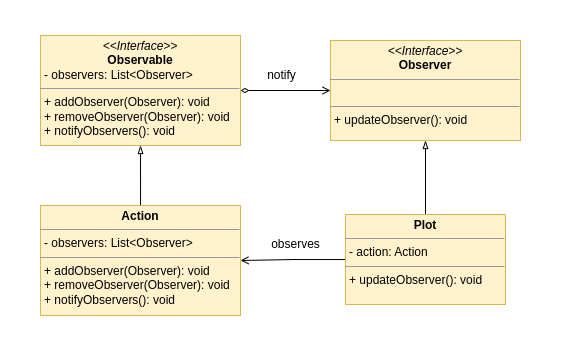
The draw.io diagram out/production/design_patterns/observer/observer.png in gpetraroli/design_patterns, before a commit. Source tidied: cells renumbered, new cells last; positions are measured from the earlier drawing's top-left corner, leaving out a move shared by most shapes. Its diagram source:
```xml
<mxGraphModel>
  <root>
    <mxCell id="0" />
    <mxCell id="1" parent="0" />
    <mxCell id="2" style="rounded=0;whiteSpace=wrap;html=1;strokeColor=none;" parent="1" vertex="1">
      <mxGeometry width="560" height="360" as="geometry" />
    </mxCell>
    <mxCell id="3" value="&lt;p style=&quot;margin:0px;margin-top:4px;text-align:center;&quot;&gt;&lt;i&gt;&amp;lt;&amp;lt;Interface&amp;gt;&amp;gt;&lt;/i&gt;&lt;br&gt;&lt;b&gt;Observer&lt;/b&gt;&lt;/p&gt;&lt;hr size=&quot;1&quot;&gt;&lt;p style=&quot;margin:0px;margin-left:4px;&quot;&gt;&lt;br&gt;&lt;/p&gt;&lt;hr size=&quot;1&quot;&gt;&lt;p style=&quot;margin:0px;margin-left:4px;&quot;&gt;+ updateObserver(): void&lt;/p&gt;" style="verticalAlign=top;align=left;overflow=fill;fontSize=12;fontFamily=Helvetica;html=1;whiteSpace=wrap;fillColor=#fff2cc;strokeColor=#d6b656;" parent="1" vertex="1">
      <mxGeometry x="330" y="40" width="190" height="100" as="geometry" />
    </mxCell>
    <mxCell id="4" style="edgeStyle=orthogonalEdgeStyle;rounded=0;jettySize=auto;html=1;entryX=0;entryY=0.5;entryDx=0;entryDy=0;endArrow=open;endFill=0;startArrow=diamondThin;startFill=0;" parent="1" edge="1" source="5" target="3">
      <mxGeometry relative="1" as="geometry" />
    </mxCell>
    <mxCell id="5" value="&lt;p style=&quot;margin:0px;margin-top:4px;text-align:center;&quot;&gt;&lt;i&gt;&amp;lt;&amp;lt;Interface&amp;gt;&amp;gt;&lt;/i&gt;&lt;br&gt;&lt;b&gt;Observable&lt;/b&gt;&lt;/p&gt;&lt;p style=&quot;margin:0px;margin-left:4px;&quot;&gt;- observers: List&amp;lt;Observer&amp;gt;&lt;br&gt;&lt;/p&gt;&lt;hr size=&quot;1&quot;&gt;&lt;p style=&quot;margin:0px;margin-left:4px;&quot;&gt;+ addObserver(Observer): void&lt;br&gt;+ removeObserver(Observer): void&lt;/p&gt;&lt;p style=&quot;margin:0px;margin-left:4px;&quot;&gt;+ notifyObservers(): void&lt;/p&gt;" style="verticalAlign=top;align=left;overflow=fill;fontSize=12;fontFamily=Helvetica;html=1;whiteSpace=wrap;fillColor=#fff2cc;strokeColor=#d6b656;" parent="1" vertex="1">
      <mxGeometry x="40" y="35" width="200" height="110" as="geometry" />
    </mxCell>
    <mxCell id="6" style="edgeStyle=orthogonalEdgeStyle;rounded=0;jettySize=auto;html=1;endArrow=blockThin;endFill=0;entryX=0.5;entryY=1;entryDx=0;entryDy=0;" parent="1" edge="1" source="8" target="3">
      <mxGeometry relative="1" as="geometry" />
    </mxCell>
    <mxCell id="7" style="edgeStyle=orthogonalEdgeStyle;rounded=0;jettySize=auto;html=1;entryX=1;entryY=0.5;entryDx=0;entryDy=0;endArrow=open;endFill=0;" parent="1" edge="1" source="8" target="10">
      <mxGeometry relative="1" as="geometry" />
    </mxCell>
    <mxCell id="8" value="&lt;p style=&quot;margin:0px;margin-top:4px;text-align:center;&quot;&gt;&lt;b&gt;Plot&lt;/b&gt;&lt;/p&gt;&lt;hr size=&quot;1&quot;&gt;&lt;p style=&quot;margin:0px;margin-left:4px;&quot;&gt;- action: Action&lt;/p&gt;&lt;hr size=&quot;1&quot;&gt;&lt;p style=&quot;margin:0px;margin-left:4px;&quot;&gt;+ updateObserver(): void&lt;/p&gt;" style="verticalAlign=top;align=left;overflow=fill;fontSize=12;fontFamily=Helvetica;html=1;whiteSpace=wrap;fillColor=#fff2cc;strokeColor=#d6b656;" parent="1" vertex="1">
      <mxGeometry x="345" y="214" width="160" height="90" as="geometry" />
    </mxCell>
    <mxCell id="9" style="edgeStyle=orthogonalEdgeStyle;rounded=0;jettySize=auto;html=1;endArrow=blockThin;endFill=0;" parent="1" edge="1" source="10">
      <mxGeometry relative="1" as="geometry">
        <mxPoint x="140" y="145" as="targetPoint" />
      </mxGeometry>
    </mxCell>
    <mxCell id="10" value="&lt;p style=&quot;margin:0px;margin-top:4px;text-align:center;&quot;&gt;&lt;b&gt;Action&lt;/b&gt;&lt;/p&gt;&lt;hr size=&quot;1&quot;&gt;&lt;p style=&quot;margin:0px;margin-left:4px;&quot;&gt;- observers: List&amp;lt;Observer&amp;gt;&lt;br&gt;&lt;/p&gt;&lt;hr size=&quot;1&quot;&gt;&lt;p style=&quot;border-color: var(--border-color); margin: 0px 0px 0px 4px;&quot;&gt;+ addObserver(Observer): void&lt;br style=&quot;border-color: var(--border-color);&quot;&gt;+ removeObserver(Observer): void&lt;/p&gt;&lt;p style=&quot;border-color: var(--border-color); margin: 0px 0px 0px 4px;&quot;&gt;+ notifyObservers(): void&lt;/p&gt;" style="verticalAlign=top;align=left;overflow=fill;fontSize=12;fontFamily=Helvetica;html=1;whiteSpace=wrap;fillColor=#fff2cc;strokeColor=#d6b656;" parent="1" vertex="1">
      <mxGeometry x="40" y="205" width="200" height="110" as="geometry" />
    </mxCell>
    <mxCell id="11" value="notify" style="text;html=1;align=center;verticalAlign=middle;strokeColor=none;fillColor=none;" parent="1" vertex="1">
      <mxGeometry x="256" y="60" width="50" height="30" as="geometry" />
    </mxCell>
    <mxCell id="12" value="observes" style="text;html=1;align=center;verticalAlign=middle;strokeColor=none;fillColor=none;" parent="1" vertex="1">
      <mxGeometry x="260" y="229" width="70" height="30" as="geometry" />
    </mxCell>
  </root>
</mxGraphModel>
```
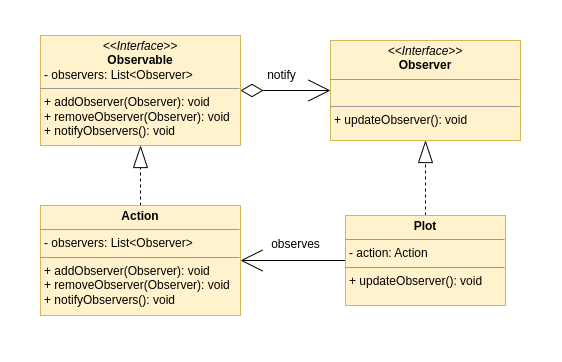
After the commit.

What changed in the source:
```diff
@@ -8,22 +8,22 @@
     <mxCell id="3" value="&lt;p style=&quot;margin:0px;margin-top:4px;text-align:center;&quot;&gt;&lt;i&gt;&amp;lt;&amp;lt;Interface&amp;gt;&amp;gt;&lt;/i&gt;&lt;br&gt;&lt;b&gt;Observer&lt;/b&gt;&lt;/p&gt;&lt;hr size=&quot;1&quot;&gt;&lt;p style=&quot;margin:0px;margin-left:4px;&quot;&gt;&lt;br&gt;&lt;/p&gt;&lt;hr size=&quot;1&quot;&gt;&lt;p style=&quot;margin:0px;margin-left:4px;&quot;&gt;+ updateObserver(): void&lt;/p&gt;" style="verticalAlign=top;align=left;overflow=fill;fontSize=12;fontFamily=Helvetica;html=1;whiteSpace=wrap;fillColor=#fff2cc;strokeColor=#d6b656;" parent="1" vertex="1">
       <mxGeometry x="330" y="40" width="190" height="100" as="geometry" />
     </mxCell>
-    <mxCell id="4" style="edgeStyle=orthogonalEdgeStyle;rounded=0;jettySize=auto;html=1;entryX=0;entryY=0.5;entryDx=0;entryDy=0;endArrow=open;endFill=0;startArrow=diamondThin;startFill=0;" parent="1" edge="1" source="5" target="3">
+    <mxCell id="4" style="edgeStyle=orthogonalEdgeStyle;rounded=0;jettySize=auto;html=1;entryX=0;entryY=0.5;entryDx=0;entryDy=0;endArrow=open;endFill=0;startArrow=diamondThin;startFill=0;endSize=20;startSize=20;" parent="1" edge="1" source="5" target="3">
       <mxGeometry relative="1" as="geometry" />
     </mxCell>
     <mxCell id="5" value="&lt;p style=&quot;margin:0px;margin-top:4px;text-align:center;&quot;&gt;&lt;i&gt;&amp;lt;&amp;lt;Interface&amp;gt;&amp;gt;&lt;/i&gt;&lt;br&gt;&lt;b&gt;Observable&lt;/b&gt;&lt;/p&gt;&lt;p style=&quot;margin:0px;margin-left:4px;&quot;&gt;- observers: List&amp;lt;Observer&amp;gt;&lt;br&gt;&lt;/p&gt;&lt;hr size=&quot;1&quot;&gt;&lt;p style=&quot;margin:0px;margin-left:4px;&quot;&gt;+ addObserver(Observer): void&lt;br&gt;+ removeObserver(Observer): void&lt;/p&gt;&lt;p style=&quot;margin:0px;margin-left:4px;&quot;&gt;+ notifyObservers(): void&lt;/p&gt;" style="verticalAlign=top;align=left;overflow=fill;fontSize=12;fontFamily=Helvetica;html=1;whiteSpace=wrap;fillColor=#fff2cc;strokeColor=#d6b656;" parent="1" vertex="1">
       <mxGeometry x="40" y="35" width="200" height="110" as="geometry" />
     </mxCell>
-    <mxCell id="6" style="edgeStyle=orthogonalEdgeStyle;rounded=0;jettySize=auto;html=1;endArrow=blockThin;endFill=0;entryX=0.5;entryY=1;entryDx=0;entryDy=0;" parent="1" edge="1" source="8" target="3">
+    <mxCell id="6" style="edgeStyle=orthogonalEdgeStyle;rounded=0;jettySize=auto;html=1;endArrow=blockThin;endFill=0;entryX=0.5;entryY=1;entryDx=0;entryDy=0;endSize=20;dashed=1;" parent="1" edge="1" source="8" target="3">
       <mxGeometry relative="1" as="geometry" />
     </mxCell>
-    <mxCell id="7" style="edgeStyle=orthogonalEdgeStyle;rounded=0;jettySize=auto;html=1;entryX=1;entryY=0.5;entryDx=0;entryDy=0;endArrow=open;endFill=0;" parent="1" edge="1" source="8" target="10">
+    <mxCell id="7" style="edgeStyle=orthogonalEdgeStyle;rounded=0;jettySize=auto;html=1;entryX=1;entryY=0.5;entryDx=0;entryDy=0;endArrow=open;endFill=0;endSize=20;" parent="1" edge="1" source="8" target="10">
       <mxGeometry relative="1" as="geometry" />
     </mxCell>
     <mxCell id="8" value="&lt;p style=&quot;margin:0px;margin-top:4px;text-align:center;&quot;&gt;&lt;b&gt;Plot&lt;/b&gt;&lt;/p&gt;&lt;hr size=&quot;1&quot;&gt;&lt;p style=&quot;margin:0px;margin-left:4px;&quot;&gt;- action: Action&lt;/p&gt;&lt;hr size=&quot;1&quot;&gt;&lt;p style=&quot;margin:0px;margin-left:4px;&quot;&gt;+ updateObserver(): void&lt;/p&gt;" style="verticalAlign=top;align=left;overflow=fill;fontSize=12;fontFamily=Helvetica;html=1;whiteSpace=wrap;fillColor=#fff2cc;strokeColor=#d6b656;" parent="1" vertex="1">
-      <mxGeometry x="345" y="214" width="160" height="90" as="geometry" />
+      <mxGeometry x="345" y="215" width="160" height="90" as="geometry" />
     </mxCell>
-    <mxCell id="9" style="edgeStyle=orthogonalEdgeStyle;rounded=0;jettySize=auto;html=1;endArrow=blockThin;endFill=0;" parent="1" edge="1" source="10">
+    <mxCell id="9" style="edgeStyle=orthogonalEdgeStyle;rounded=0;jettySize=auto;html=1;endArrow=blockThin;endFill=0;endSize=20;dashed=1;" parent="1" edge="1" source="10">
       <mxGeometry relative="1" as="geometry">
         <mxPoint x="140" y="145" as="targetPoint" />
       </mxGeometry>
```
